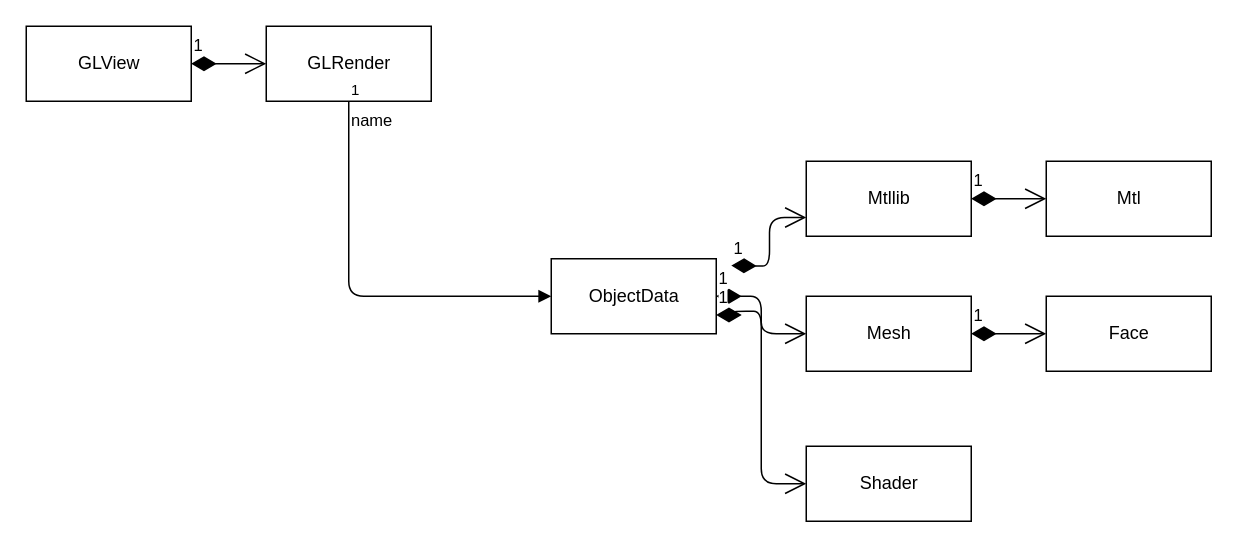
chonglv/charts keeps this draw.io diagram as drawio/未命名表单.drawio. Above is the earlier version. Source tidied: cells renumbered, new cells numbered last; positions are measured from the earlier drawing's top-left corner, leaving out a move shared by most shapes. Both pictures are drawn from the tidied source at 150%, with x=0, y=0 at pixel (26, 26).
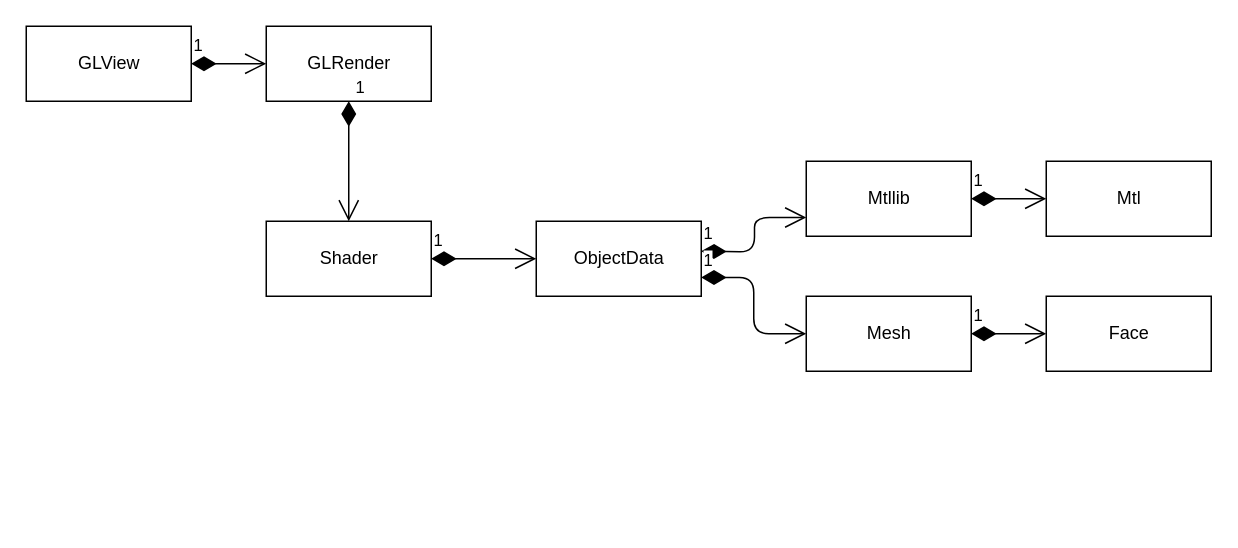
Above is the later version.

Commit message:
Update 未命名表单.drawio

The change refers to these unchanged cells:
```xml
<mxCell id="3" value="GLRender" style="html=1;" parent="1" vertex="1">
  <mxGeometry x="160" width="110" height="50" as="geometry" />
</mxCell>
<mxCell id="5" value="Mtllib" style="html=1;" parent="1" vertex="1">
  <mxGeometry x="520" y="90" width="110" height="50" as="geometry" />
</mxCell>
<mxCell id="7" value="Mesh" style="html=1;" parent="1" vertex="1">
  <mxGeometry x="520" y="180" width="110" height="50" as="geometry" />
</mxCell>
```

Diff of the diagram source:
```diff
@@
     <mxCell id="4" value="ObjectData" style="html=1;" parent="1" vertex="1">
-      <mxGeometry x="350" y="155" width="110" height="50" as="geometry" />
+      <mxGeometry x="340" y="130" width="110" height="50" as="geometry" />
     </mxCell>
@@
     <mxCell id="9" value="1" style="endArrow=open;html=1;endSize=12;startArrow=diamondThin;startSize=14;startFill=1;edgeStyle=orthogonalEdgeStyle;align=left;verticalAlign=bottom;entryX=0;entryY=0.75;entryDx=0;entryDy=0;" parent="1" edge="1" target="5">
       <mxGeometry x="-1" y="3" relative="1" as="geometry">
-        <mxPoint x="470" y="159.5" as="sourcePoint" />
+        <mxPoint x="450" y="150" as="sourcePoint" />
       </mxGeometry>
     </mxCell>
-    <mxCell id="10" value="1" style="endArrow=open;html=1;endSize=12;startArrow=diamondThin;startSize=14;startFill=1;edgeStyle=orthogonalEdgeStyle;align=left;verticalAlign=bottom;entryX=0;entryY=0.5;entryDx=0;entryDy=0;exitX=1;exitY=0.5;exitDx=0;exitDy=0;" parent="1" edge="1" source="4" target="7">
-      <mxGeometry x="-1" y="3" relative="1" as="geometry" />
-    </mxCell>
@@
     <mxCell id="13" value="Shader" style="html=1;" parent="1" vertex="1">
-      <mxGeometry x="520" y="280" width="110" height="50" as="geometry" />
+      <mxGeometry x="160" y="130" width="110" height="50" as="geometry" />
     </mxCell>
-    <mxCell id="14" value="1" style="endArrow=open;html=1;endSize=12;startArrow=diamondThin;startSize=14;startFill=1;edgeStyle=orthogonalEdgeStyle;align=left;verticalAlign=bottom;entryX=0;entryY=0.5;entryDx=0;entryDy=0;exitX=1;exitY=0.75;exitDx=0;exitDy=0;" parent="1" edge="1" source="4" target="13">
-      <mxGeometry x="-1" y="3" relative="1" as="geometry">
-        <Array as="points">
-          <mxPoint x="470" y="193" />
-          <mxPoint x="470" y="190" />
-          <mxPoint x="490" y="190" />
-          <mxPoint x="490" y="305" />
-        </Array>
-      </mxGeometry>
-    </mxCell>
-    <mxCell id="15" value="name" style="endArrow=block;endFill=1;html=1;edgeStyle=orthogonalEdgeStyle;align=left;verticalAlign=top;exitX=0.5;exitY=1;exitDx=0;exitDy=0;entryX=0;entryY=0.5;entryDx=0;entryDy=0;" parent="1" edge="1" source="3" target="4">
-      <mxGeometry x="-1" relative="1" as="geometry" />
-    </mxCell>
-    <mxCell id="16" value="1" style="html=1;align=left;verticalAlign=bottom;labelBackgroundColor=#ffffff;fontSize=10;" parent="15" vertex="1">
-      <mxGeometry x="-1" relative="1" as="geometry" />
-    </mxCell>
@@
+    <mxCell id="18" value="1" style="endArrow=open;html=1;endSize=12;startArrow=diamondThin;startSize=14;startFill=1;edgeStyle=orthogonalEdgeStyle;align=left;verticalAlign=bottom;exitX=1;exitY=0.5;exitDx=0;exitDy=0;entryX=0;entryY=0.5;entryDx=0;entryDy=0;" parent="1" edge="1" source="13" target="4">
+      <mxGeometry x="-1" y="3" relative="1" as="geometry">
+        <Array as="points">
+          <mxPoint x="310" y="155" />
+          <mxPoint x="310" y="155" />
+        </Array>
+      </mxGeometry>
+    </mxCell>
+    <mxCell id="19" value="1" style="endArrow=open;html=1;endSize=12;startArrow=diamondThin;startSize=14;startFill=1;edgeStyle=orthogonalEdgeStyle;align=left;verticalAlign=bottom;exitX=0.5;exitY=1;exitDx=0;exitDy=0;entryX=0.5;entryY=0;entryDx=0;entryDy=0;" parent="1" edge="1" source="3" target="13">
+      <mxGeometry x="-1" y="3" relative="1" as="geometry" />
+    </mxCell>
+    <mxCell id="10" value="1" style="endArrow=open;html=1;endSize=12;startArrow=diamondThin;startSize=14;startFill=1;edgeStyle=orthogonalEdgeStyle;align=left;verticalAlign=bottom;exitX=1;exitY=0.75;exitDx=0;exitDy=0;entryX=0;entryY=0.5;entryDx=0;entryDy=0;" parent="1" edge="1" source="4" target="7">
+      <mxGeometry x="-1" y="3" relative="1" as="geometry" />
+    </mxCell>
```
